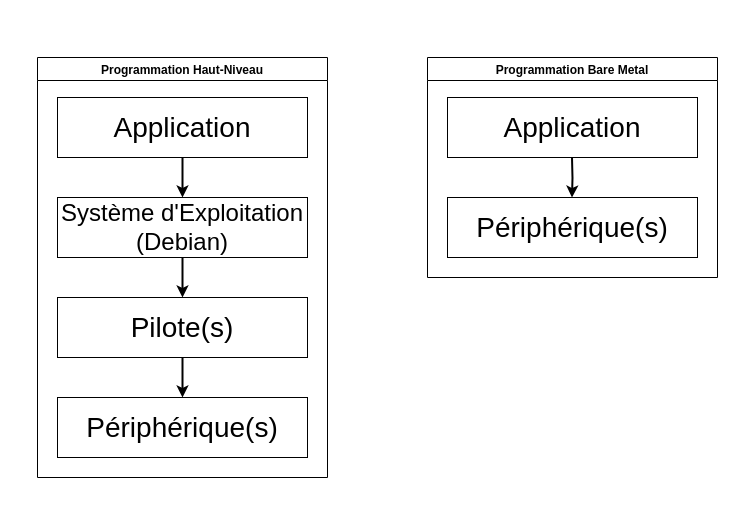
Earlier version of the draw.io diagram page "Page-1" (1 of 4) of search/Untitled Diagram.drawio (YKhimage1/libnx). Source tidied: cells renumbered, new cells numbered last; positions are measured from the earlier drawing's top-left corner, leaving out a move shared by most shapes. Both pictures are drawn from the tidied source at 100%, with x=0, y=0 at pixel (37, 57).
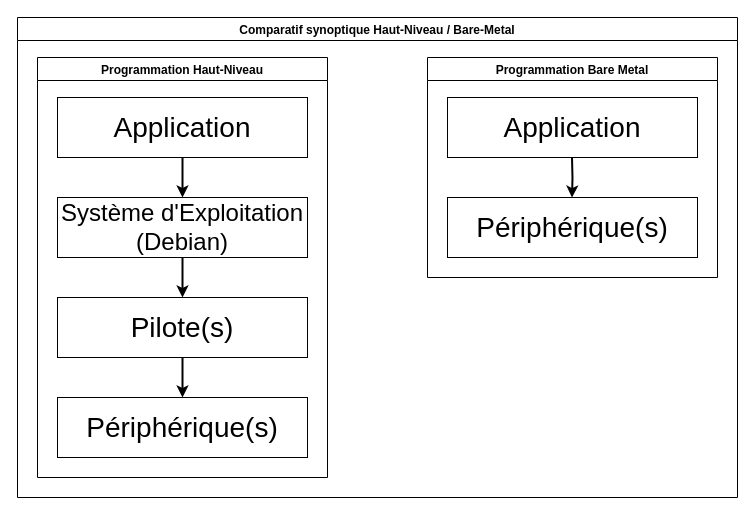
The same diagram, later.

The edit, as a diff of the source:
```diff
@@
 <mxGraphModel>
   <root>
     <mxCell id="0" />
     <mxCell id="1" parent="0" />
     <mxCell id="2" style="edgeStyle=orthogonalEdgeStyle;rounded=0;jettySize=auto;html=1;exitX=0.5;exitY=1;exitDx=0;exitDy=0;entryX=0.5;entryY=0;entryDx=0;entryDy=0;strokeWidth=2;" parent="1" edge="1" source="3" target="5">
       <mxGeometry relative="1" as="geometry" />
     </mxCell>
     <mxCell id="3" value="&lt;font style=&quot;font-size: 28px&quot;&gt;Application&lt;/font&gt; " style="rounded=0;whiteSpace=wrap;html=1;" parent="1" vertex="1">
       <mxGeometry x="20" y="40" width="250" height="60" as="geometry" />
     </mxCell>
     <mxCell id="4" style="edgeStyle=orthogonalEdgeStyle;rounded=0;jettySize=auto;html=1;exitX=0.5;exitY=1;exitDx=0;exitDy=0;entryX=0.5;entryY=0;entryDx=0;entryDy=0;strokeWidth=2;" parent="1" edge="1" source="5" target="7">
       <mxGeometry relative="1" as="geometry" />
     </mxCell>
     <mxCell id="5" value="&lt;div&gt;&lt;font style=&quot;font-size: 24px&quot;&gt;Système d'Exploitation (Debian)&lt;br&gt;&lt;/font&gt;&lt;/div&gt;" style="rounded=0;whiteSpace=wrap;html=1;" parent="1" vertex="1">
       <mxGeometry x="20" y="140" width="250" height="60" as="geometry" />
     </mxCell>
     <mxCell id="6" style="edgeStyle=orthogonalEdgeStyle;rounded=0;jettySize=auto;html=1;exitX=0.5;exitY=1;exitDx=0;exitDy=0;entryX=0.5;entryY=0;entryDx=0;entryDy=0;strokeWidth=2;" parent="1" edge="1" source="7" target="8">
       <mxGeometry relative="1" as="geometry" />
     </mxCell>
     <mxCell id="7" value="&lt;font style=&quot;font-size: 28px&quot;&gt;Pilote(s)&lt;/font&gt;" style="rounded=0;whiteSpace=wrap;html=1;" parent="1" vertex="1">
       <mxGeometry x="20" y="240" width="250" height="60" as="geometry" />
     </mxCell>
     <mxCell id="8" value="&lt;font style=&quot;font-size: 28px&quot;&gt;Périphérique(s)&lt;br&gt;&lt;/font&gt;" style="rounded=0;whiteSpace=wrap;html=1;" parent="1" vertex="1">
       <mxGeometry x="20" y="340" width="250" height="60" as="geometry" />
     </mxCell>
     <mxCell id="9" value="Programmation Haut-Niveau" style="swimlane;" parent="1" vertex="1">
       <mxGeometry width="290" height="420" as="geometry" />
     </mxCell>
     <mxCell id="10" value="&lt;font style=&quot;font-size: 28px&quot;&gt;Application&lt;/font&gt; " style="rounded=0;whiteSpace=wrap;html=1;" parent="1" vertex="1">
       <mxGeometry x="410" y="40" width="250" height="60" as="geometry" />
     </mxCell>
     <mxCell id="11" value="&lt;font style=&quot;font-size: 28px&quot;&gt;Périphérique(s)&lt;br&gt;&lt;/font&gt;" style="rounded=0;whiteSpace=wrap;html=1;" parent="1" vertex="1">
       <mxGeometry x="410" y="140" width="250" height="60" as="geometry" />
     </mxCell>
     <mxCell id="12" value="Programmation Bare Metal" style="swimlane;" parent="1" vertex="1">
       <mxGeometry x="390" width="290" height="220" as="geometry" />
     </mxCell>
     <mxCell id="13" style="edgeStyle=orthogonalEdgeStyle;rounded=0;orthogonalLoop=1;jettySize=auto;html=1;exitX=0.5;exitY=1;exitDx=0;exitDy=0;entryX=0.5;entryY=0;entryDx=0;entryDy=0;strokeWidth=2;" parent="12" edge="1">
       <mxGeometry relative="1" as="geometry">
         <mxPoint x="144.5" y="100" as="sourcePoint" />
         <mxPoint x="144.5" y="140" as="targetPoint" />
       </mxGeometry>
     </mxCell>
+    <mxCell id="14" value="Comparatif synoptique Haut-Niveau / Bare-Metal" style="swimlane;" parent="1" vertex="1">
+      <mxGeometry x="-20" y="-40" width="720" height="480" as="geometry" />
+    </mxCell>
   </root>
 </mxGraphModel>
```
